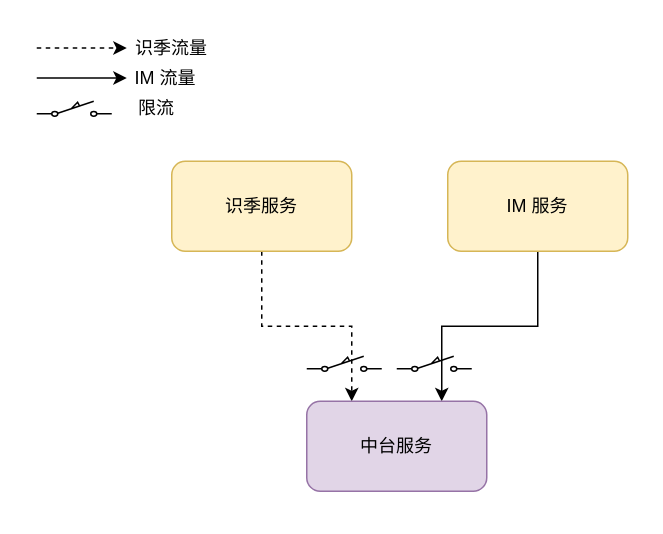
Before: im/业务系统高可用-隔离2.drawio in novayoung/draw, a draw.io diagram. Source tidied: cells renumbered, new cells numbered last; positions are measured from the earlier drawing's top-left corner, leaving out a move shared by most shapes. Both pictures are drawn from the tidied source at 150%, with x=0, y=0 at pixel (36, 26).
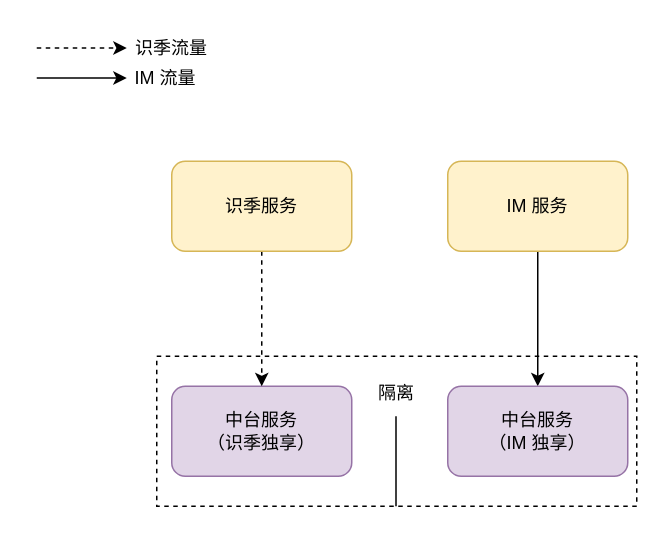
Above is the later version.

Commit message (it also covers changes not shown here):
更新业务系统高可用-隔离2.drawio

The edit, as a diff of the source:
```diff
@@
 <mxGraphModel>
   <root>
     <mxCell id="0" />
     <mxCell id="1" parent="0" />
-    <mxCell id="2" style="edgeStyle=orthogonalEdgeStyle;rounded=0;jettySize=auto;html=1;entryX=0.25;entryY=0;entryDx=0;entryDy=0;exitX=0.5;exitY=1;exitDx=0;exitDy=0;dashed=1;" parent="1" edge="1" source="11" target="8">
-      <mxGeometry relative="1" as="geometry" />
-    </mxCell>
-    <mxCell id="3" style="edgeStyle=orthogonalEdgeStyle;rounded=0;jettySize=auto;html=1;exitX=0.5;exitY=1;exitDx=0;exitDy=0;entryX=0.75;entryY=0;entryDx=0;entryDy=0;" parent="1" edge="1" source="12" target="8">
-      <mxGeometry relative="1" as="geometry" />
-    </mxCell>
+    <mxCell id="15" style="rounded=0;whiteSpace=wrap;html=1;dashed=1;" parent="1" vertex="1">
+      <mxGeometry x="80" y="220" width="320" height="100" as="geometry" />
+    </mxCell>
     <mxCell id="4" style="endArrow=classic;html=1;rounded=0;exitX=0.5;exitY=1;exitDx=0;exitDy=0;dashed=1;" parent="1" edge="1">
       <mxGeometry relative="1" as="geometry">
         <mxPoint y="14.5" as="sourcePoint" />
         <mxPoint x="60" y="14.5" as="targetPoint" />
       </mxGeometry>
     </mxCell>
     <mxCell id="5" value="识季流量" style="text;html=1;strokeColor=none;fillColor=none;align=center;verticalAlign=middle;whiteSpace=wrap;rounded=0;" parent="1" vertex="1">
       <mxGeometry x="60" width="60" height="30" as="geometry" />
     </mxCell>
     <mxCell id="6" style="endArrow=classic;html=1;rounded=0;exitX=0.5;exitY=1;exitDx=0;exitDy=0;" parent="1" edge="1">
       <mxGeometry relative="1" as="geometry">
         <mxPoint y="34.5" as="sourcePoint" />
         <mxPoint x="60" y="34.5" as="targetPoint" />
       </mxGeometry>
     </mxCell>
     <mxCell id="7" value="IM 流量" style="text;html=1;strokeColor=none;fillColor=none;align=center;verticalAlign=middle;whiteSpace=wrap;rounded=0;" parent="1" vertex="1">
       <mxGeometry x="61" y="20" width="50" height="30" as="geometry" />
     </mxCell>
-    <mxCell id="8" value="中台服务" style="rounded=1;whiteSpace=wrap;html=1;fillColor=#e1d5e7;strokeColor=#9673a6;" parent="1" vertex="1">
-      <mxGeometry x="180" y="250" width="120" height="60" as="geometry" />
+    <mxCell id="8" value="中台服务&lt;br&gt;（识季独享）" style="rounded=1;whiteSpace=wrap;html=1;fillColor=#e1d5e7;strokeColor=#9673a6;" parent="1" vertex="1">
+      <mxGeometry x="90" y="240" width="120" height="60" as="geometry" />
     </mxCell>
-    <mxCell id="9" style="verticalLabelPosition=bottom;shadow=0;dashed=0;align=center;html=1;verticalAlign=top;shape=mxgraph.electrical.electro-mechanical.limitSwitch2;elSwitchState=off;" parent="1" vertex="1">
-      <mxGeometry y="50" width="50" height="10" as="geometry" />
-    </mxCell>
-    <mxCell id="10" value="限流" style="text;html=1;strokeColor=none;fillColor=none;align=center;verticalAlign=middle;whiteSpace=wrap;rounded=0;" parent="1" vertex="1">
-      <mxGeometry x="60" y="40" width="40" height="30" as="geometry" />
-    </mxCell>
+    <mxCell id="2" style="edgeStyle=orthogonalEdgeStyle;rounded=0;jettySize=auto;html=1;dashed=1;" parent="1" edge="1" source="11" target="8">
+      <mxGeometry relative="1" as="geometry" />
+    </mxCell>
     <mxCell id="11" value="识季服务" style="rounded=1;whiteSpace=wrap;html=1;fillColor=#fff2cc;strokeColor=#d6b656;" parent="1" vertex="1">
       <mxGeometry x="90" y="90" width="120" height="60" as="geometry" />
     </mxCell>
+    <mxCell id="16" style="edgeStyle=orthogonalEdgeStyle;rounded=0;jettySize=auto;html=1;" parent="1" edge="1" source="12" target="17">
+      <mxGeometry relative="1" as="geometry" />
+    </mxCell>
     <mxCell id="12" value="IM 服务" style="rounded=1;whiteSpace=wrap;html=1;fillColor=#fff2cc;strokeColor=#d6b656;" parent="1" vertex="1">
       <mxGeometry x="274" y="90" width="120" height="60" as="geometry" />
     </mxCell>
-    <mxCell id="13" style="verticalLabelPosition=bottom;shadow=0;dashed=0;align=center;html=1;verticalAlign=top;shape=mxgraph.electrical.electro-mechanical.limitSwitch2;elSwitchState=off;" parent="1" vertex="1">
-      <mxGeometry x="180" y="220" width="50" height="10" as="geometry" />
-    </mxCell>
-    <mxCell id="14" style="verticalLabelPosition=bottom;shadow=0;dashed=0;align=center;html=1;verticalAlign=top;shape=mxgraph.electrical.electro-mechanical.limitSwitch2;elSwitchState=off;" parent="1" vertex="1">
-      <mxGeometry x="240" y="220" width="50" height="10" as="geometry" />
-    </mxCell>
+    <mxCell id="17" value="中台服务&lt;br&gt;（IM 独享）" style="rounded=1;whiteSpace=wrap;html=1;fillColor=#e1d5e7;strokeColor=#9673a6;" parent="1" vertex="1">
+      <mxGeometry x="274" y="240" width="120" height="60" as="geometry" />
+    </mxCell>
+    <mxCell id="18" style="endArrow=none;html=1;rounded=0;" parent="1" edge="1">
+      <mxGeometry relative="1" as="geometry">
+        <mxPoint x="239.5" y="320" as="sourcePoint" />
+        <mxPoint x="239.5" y="260" as="targetPoint" />
+      </mxGeometry>
+    </mxCell>
+    <mxCell id="19" value="隔离" style="text;html=1;strokeColor=none;fillColor=none;align=center;verticalAlign=middle;whiteSpace=wrap;rounded=0;" parent="1" vertex="1">
+      <mxGeometry x="210" y="230" width="60" height="30" as="geometry" />
+    </mxCell>
   </root>
 </mxGraphModel>
```
